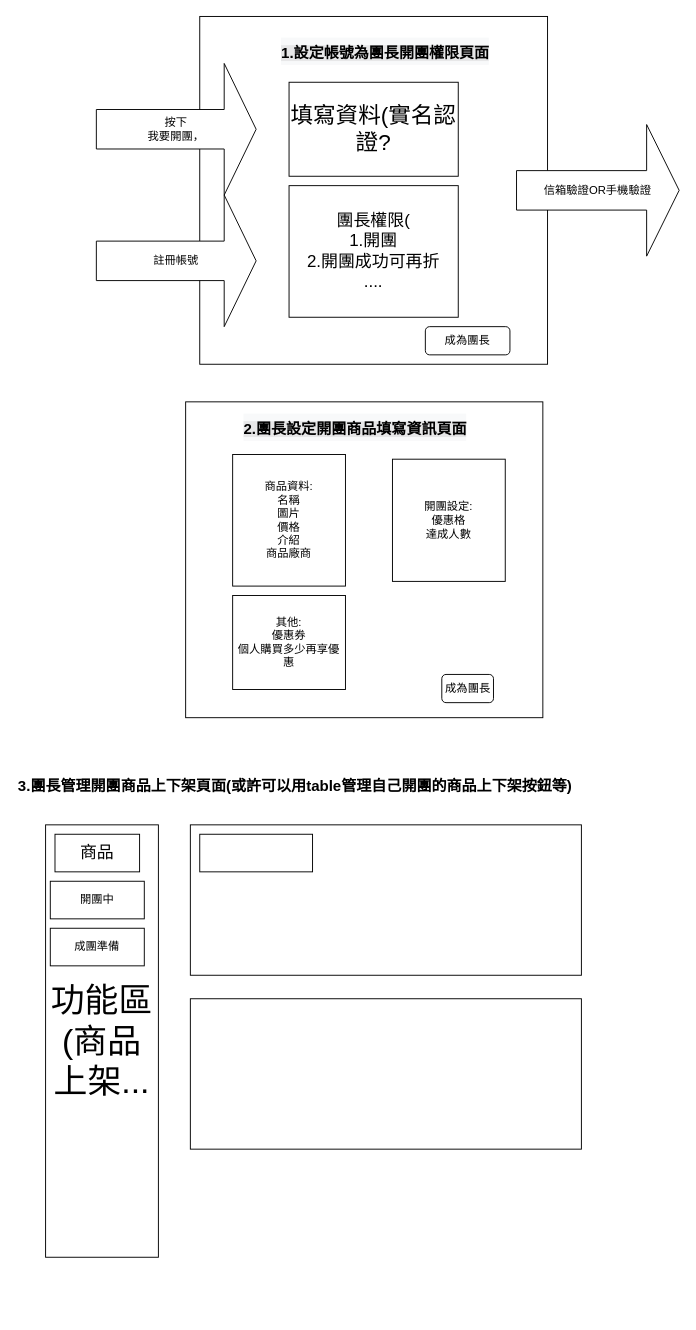
This is page "開團" (5 of 6) of Untitled Diagram.drawio from kmkurumi/Learning-Internet-knowledge-by-drawio, a draw.io file, before an edit. Source tidied: cells renumbered, new cells numbered last; positions are measured from the earlier drawing's top-left corner, leaving out a move shared by most shapes. Both pictures are drawn from the tidied source at 94%, with x=0, y=0 at pixel (16, 16).
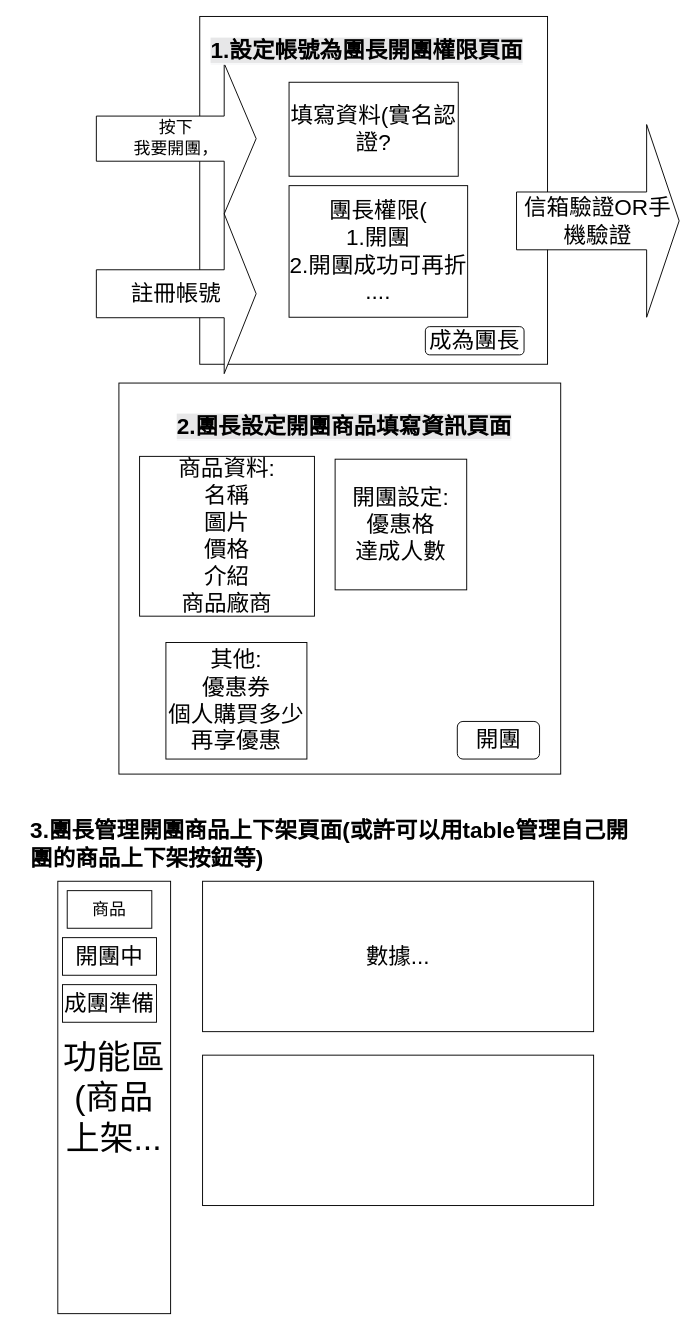
The same diagram, later.

Diff of the diagram source:
```diff
@@
-    <mxCell id="4" value="&lt;span&gt;按下&lt;/span&gt;&lt;br&gt;&lt;span&gt;我要開團，&lt;/span&gt;" style="shape=singleArrow;whiteSpace=wrap;html=1;" parent="1" vertex="1">
-      <mxGeometry x="85" y="50" width="170" height="140" as="geometry" />
+    <mxCell id="4" value="&lt;font style=&quot;font-size: 18px&quot;&gt;&lt;span&gt;按下&lt;/span&gt;&lt;br&gt;&lt;span&gt;我要開團，&lt;/span&gt;&lt;/font&gt;" style="shape=singleArrow;whiteSpace=wrap;html=1;" parent="1" vertex="1">
+      <mxGeometry x="85" y="50" width="170" height="160" as="geometry" />
     </mxCell>
-    <mxCell id="5" value="註冊帳號" style="shape=singleArrow;whiteSpace=wrap;html=1;" parent="1" vertex="1">
-      <mxGeometry x="85" y="190" width="170" height="140" as="geometry" />
+    <mxCell id="5" value="&lt;font style=&quot;font-size: 24px&quot;&gt;註冊帳號&lt;/font&gt;" style="shape=singleArrow;whiteSpace=wrap;html=1;" parent="1" vertex="1">
+      <mxGeometry x="85" y="210" width="170" height="170" as="geometry" />
     </mxCell>
-    <mxCell id="6" value="&lt;font style=&quot;font-size: 18px&quot;&gt;團長權限(&lt;br&gt;1.開團&lt;br&gt;2.開團成功可再折&lt;br&gt;....&lt;br&gt;&lt;/font&gt;" style="rounded=0;whiteSpace=wrap;html=1;" parent="1" vertex="1">
-      <mxGeometry x="290" y="180" width="180" height="140" as="geometry" />
+    <mxCell id="6" value="&lt;font&gt;&lt;font style=&quot;font-size: 24px&quot;&gt;團長權限(&lt;br&gt;1.開團&lt;br&gt;2.開團成功可再折&lt;br&gt;....&lt;/font&gt;&lt;br&gt;&lt;/font&gt;" style="rounded=0;whiteSpace=wrap;html=1;" parent="1" vertex="1">
+      <mxGeometry x="290" y="180" width="190" height="140" as="geometry" />
     </mxCell>
-    <mxCell id="7" value="成為團長" style="rounded=1;whiteSpace=wrap;html=1;" parent="1" vertex="1">
-      <mxGeometry x="435" y="330" width="90" height="30" as="geometry" />
+    <mxCell id="7" value="&lt;font style=&quot;font-size: 24px&quot;&gt;成為團長&lt;/font&gt;" style="rounded=1;whiteSpace=wrap;html=1;" parent="1" vertex="1">
+      <mxGeometry x="435" y="330" width="105" height="30" as="geometry" />
     </mxCell>
-    <mxCell id="8" value="&lt;h1 style=&quot;color: rgb(0, 0, 0); font-family: helvetica; font-style: normal; letter-spacing: normal; text-align: left; text-indent: 0px; text-transform: none; word-spacing: 0px; background-color: rgb(248, 249, 250);&quot;&gt;&lt;span style=&quot;font-size: 16px ; background-color: rgba(4 , 4 , 5 , 0.07)&quot;&gt;&lt;b&gt;1.設定帳號為團長開團權限頁面&lt;/b&gt;&lt;/span&gt;&lt;/h1&gt;" style="text;whiteSpace=wrap;html=1;" parent="1" vertex="1">
-      <mxGeometry x="280" width="250" height="60" as="geometry" />
+    <mxCell id="8" value="&lt;h1 style=&quot;color: rgb(0 , 0 , 0) ; font-family: &amp;#34;helvetica&amp;#34; ; font-style: normal ; letter-spacing: normal ; text-align: left ; text-indent: 0px ; text-transform: none ; word-spacing: 0px ; background-color: rgb(248 , 249 , 250)&quot;&gt;&lt;span style=&quot;background-color: rgba(4 , 4 , 5 , 0.07)&quot;&gt;&lt;b&gt;&lt;font style=&quot;font-size: 24px&quot;&gt;1.設定帳號為團長開團權限頁面&lt;/font&gt;&lt;/b&gt;&lt;/span&gt;&lt;/h1&gt;" style="text;whiteSpace=wrap;html=1;" parent="1" vertex="1">
+      <mxGeometry x="205" width="350" height="60" as="geometry" />
     </mxCell>
-    <mxCell id="9" style="rounded=0;whiteSpace=wrap;html=1;" parent="1" vertex="1">
-      <mxGeometry x="180" y="410" width="380" height="336" as="geometry" />
-    </mxCell>
+    <mxCell id="11" value="&lt;font style=&quot;font-size: 24px&quot;&gt;信箱驗證OR手機驗證&lt;/font&gt;" style="shape=singleArrow;whiteSpace=wrap;html=1;" parent="1" vertex="1">
+      <mxGeometry x="532" y="115" width="173" height="205" as="geometry" />
+    </mxCell>
+    <mxCell id="24" style="rounded=0;whiteSpace=wrap;html=1;" parent="1" vertex="1">
+      <mxGeometry x="109" y="390" width="470" height="416" as="geometry" />
+    </mxCell>
-    <mxCell id="10" value="商品資料:&lt;br&gt;名稱&lt;br&gt;圖片&lt;br&gt;價格&lt;br&gt;介紹&lt;br&gt;商品廠商" style="rounded=0;whiteSpace=wrap;html=1;" parent="1" vertex="1">
-      <mxGeometry x="230" y="466" width="120" height="140" as="geometry" />
+    <mxCell id="10" value="&lt;font style=&quot;font-size: 24px&quot;&gt;商品資料:&lt;br&gt;名稱&lt;br&gt;圖片&lt;br&gt;價格&lt;br&gt;介紹&lt;br&gt;商品廠商&lt;/font&gt;" style="rounded=0;whiteSpace=wrap;html=1;direction=south;" parent="1" vertex="1">
+      <mxGeometry x="131" y="468" width="186" height="170" as="geometry" />
     </mxCell>
-    <mxCell id="11" value="信箱驗證OR手機驗證" style="shape=singleArrow;whiteSpace=wrap;html=1;" parent="1" vertex="1">
-      <mxGeometry x="532" y="115" width="173" height="140" as="geometry" />
-    </mxCell>
-    <mxCell id="12" value="開團設定:&lt;br&gt;優惠格&lt;br&gt;達成人數" style="rounded=0;whiteSpace=wrap;html=1;" parent="1" vertex="1">
-      <mxGeometry x="400" y="471" width="120" height="130" as="geometry" />
+    <mxCell id="12" value="&lt;font style=&quot;font-size: 24px&quot;&gt;開團設定:&lt;br&gt;優惠格&lt;br&gt;達成人數&lt;/font&gt;" style="rounded=0;whiteSpace=wrap;html=1;" parent="1" vertex="1">
+      <mxGeometry x="339" y="471" width="140" height="139" as="geometry" />
     </mxCell>
-    <mxCell id="13" value="成為團長" style="rounded=1;whiteSpace=wrap;html=1;" parent="1" vertex="1">
-      <mxGeometry x="452.5" y="700" width="55" height="30" as="geometry" />
-    </mxCell>
+    <mxCell id="25" value="&lt;font style=&quot;font-size: 24px&quot;&gt;開團&lt;/font&gt;" style="rounded=1;whiteSpace=wrap;html=1;" parent="1" vertex="1">
+      <mxGeometry x="469" y="750" width="87.5" height="40" as="geometry" />
+    </mxCell>
-    <mxCell id="14" value="其他:&lt;br&gt;優惠券&lt;br&gt;個人購買多少再享優惠" style="rounded=0;whiteSpace=wrap;html=1;" parent="1" vertex="1">
-      <mxGeometry x="230" y="616" width="120" height="100" as="geometry" />
+    <mxCell id="14" value="&lt;font style=&quot;font-size: 24px&quot;&gt;其他:&lt;br&gt;優惠券&lt;br&gt;個人購買多少再享優惠&lt;/font&gt;" style="rounded=0;whiteSpace=wrap;html=1;" parent="1" vertex="1">
+      <mxGeometry x="159" y="666" width="150" height="124" as="geometry" />
     </mxCell>
-    <mxCell id="15" value="&lt;h1 style=&quot;color: rgb(0, 0, 0); font-family: helvetica; font-style: normal; letter-spacing: normal; text-align: left; text-indent: 0px; text-transform: none; word-spacing: 0px; background-color: rgb(248, 249, 250);&quot;&gt;&lt;span style=&quot;font-size: 16px ; background-color: rgba(4 , 4 , 5 , 0.07)&quot;&gt;&lt;b&gt;2.團長設定開團商品填寫資訊頁面&lt;/b&gt;&lt;/span&gt;&lt;/h1&gt;" style="text;whiteSpace=wrap;html=1;" parent="1" vertex="1">
-      <mxGeometry x="240" y="400" width="260" height="60" as="geometry" />
+    <mxCell id="15" value="&lt;h1 style=&quot;color: rgb(0 , 0 , 0) ; font-family: &amp;#34;helvetica&amp;#34; ; font-style: normal ; letter-spacing: normal ; text-align: left ; text-indent: 0px ; text-transform: none ; word-spacing: 0px ; background-color: rgb(248 , 249 , 250)&quot;&gt;&lt;span style=&quot;background-color: rgba(4 , 4 , 5 , 0.07)&quot;&gt;&lt;b&gt;&lt;font style=&quot;font-size: 24px&quot;&gt;2.團長設定開團商品填寫資訊頁面&lt;/font&gt;&lt;/b&gt;&lt;/span&gt;&lt;/h1&gt;" style="text;whiteSpace=wrap;html=1;" parent="1" vertex="1">
+      <mxGeometry x="169" y="400" width="370" height="60" as="geometry" />
     </mxCell>
     <mxCell id="16" value="&lt;font style=&quot;font-size: 36px&quot;&gt;功能區&lt;br&gt;(商品上架...&lt;br&gt;&lt;/font&gt;" style="rounded=0;whiteSpace=wrap;html=1;" parent="1" vertex="1">
-      <mxGeometry x="31" y="860" width="120" height="460" as="geometry" />
+      <mxGeometry x="44" y="920" width="120" height="460" as="geometry" />
     </mxCell>
-    <mxCell id="17" style="rounded=0;whiteSpace=wrap;html=1;" parent="1" vertex="1">
-      <mxGeometry x="185" y="860" width="416" height="160" as="geometry" />
-    </mxCell>
-    <mxCell id="18" style="rounded=0;whiteSpace=wrap;html=1;" parent="1" vertex="1">
-      <mxGeometry x="185" y="1045" width="416" height="160" as="geometry" />
-    </mxCell>
+    <mxCell id="26" value="&lt;font style=&quot;font-size: 24px&quot;&gt;數據...&lt;/font&gt;" style="rounded=0;whiteSpace=wrap;html=1;" parent="1" vertex="1">
+      <mxGeometry x="198" y="920" width="416" height="160" as="geometry" />
+    </mxCell>
+    <mxCell id="27" style="rounded=0;whiteSpace=wrap;html=1;" parent="1" vertex="1">
+      <mxGeometry x="198" y="1105" width="416" height="160" as="geometry" />
+    </mxCell>
     <mxCell id="19" value="&lt;font style=&quot;font-size: 18px&quot;&gt;商品&lt;/font&gt;" style="rounded=0;whiteSpace=wrap;html=1;" parent="1" vertex="1">
-      <mxGeometry x="41" y="870" width="90" height="40" as="geometry" />
+      <mxGeometry x="54" y="930" width="90" height="40" as="geometry" />
     </mxCell>
-    <mxCell id="20" value="&lt;h1&gt;&lt;b style=&quot;font-size: 16px&quot;&gt;3.團長管理開團商品上下架頁面(或許可以用table管理自己開團的商品上下架按鈕等)&lt;/b&gt;&lt;br&gt;&lt;/h1&gt;" style="text;whiteSpace=wrap;html=1;align=left;" parent="1" vertex="1">
-      <mxGeometry y="780" width="662" height="80" as="geometry" />
-    </mxCell>
-    <mxCell id="21" value="開團中" style="rounded=0;whiteSpace=wrap;html=1;" parent="1" vertex="1">
-      <mxGeometry x="36" y="920" width="100" height="40" as="geometry" />
+    <mxCell id="21" value="&lt;font style=&quot;font-size: 24px&quot;&gt;開團中&lt;/font&gt;" style="rounded=0;whiteSpace=wrap;html=1;" parent="1" vertex="1">
+      <mxGeometry x="49" y="980" width="100" height="40" as="geometry" />
     </mxCell>
-    <mxCell id="22" value="成團準備" style="rounded=0;whiteSpace=wrap;html=1;" parent="1" vertex="1">
-      <mxGeometry x="36" y="970" width="100" height="40" as="geometry" />
+    <mxCell id="22" value="&lt;font style=&quot;font-size: 24px&quot;&gt;成團準備&lt;/font&gt;" style="rounded=0;whiteSpace=wrap;html=1;" parent="1" vertex="1">
+      <mxGeometry x="49" y="1030" width="100" height="40" as="geometry" />
     </mxCell>
-    <mxCell id="23" style="rounded=0;whiteSpace=wrap;html=1;" parent="1" vertex="1">
-      <mxGeometry x="195" y="870" width="120" height="40" as="geometry" />
-    </mxCell>
+    <mxCell id="20" value="&lt;h1&gt;&lt;b&gt;&lt;font style=&quot;font-size: 24px&quot;&gt;3.團長管理開團商品上下架頁面(或許可以用table管理自己開團的商品上下架按鈕等)&lt;/font&gt;&lt;/b&gt;&lt;br&gt;&lt;/h1&gt;" style="text;whiteSpace=wrap;html=1;align=left;" parent="1" vertex="1">
+      <mxGeometry x="13" y="830" width="662" height="80" as="geometry" />
+    </mxCell>
```
